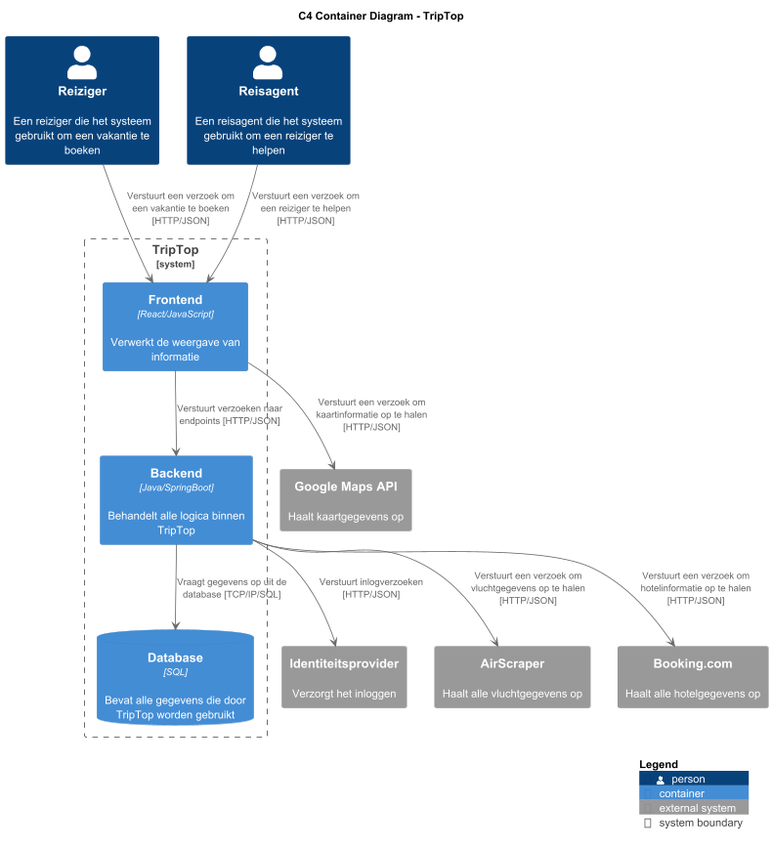
Before: C4_diagrammen/container-diagram-triptop.png, a diagram exported from PlantUML (AIM-ENE-feb25/triptop-groep-b4).
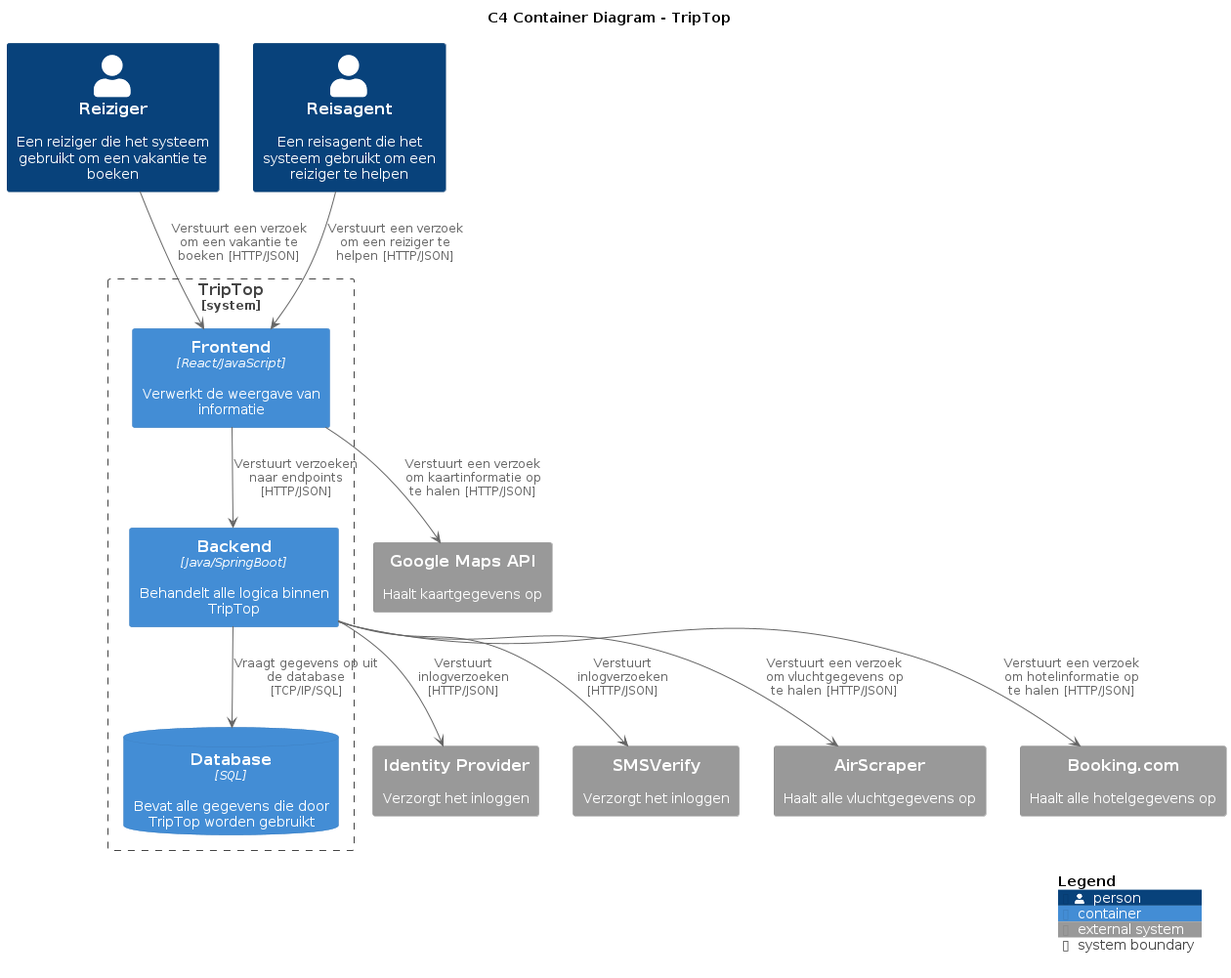
The same diagram one commit later.

What changed in the source:
```diff
@@ -13,7 +13,8 @@
     ContainerDb(Database, "Database", "SQL", "Bevat alle gegevens die door TripTop worden gebruikt")
 }
 
-System_Ext(Identiteitsprovider, "Identiteitsprovider", "Verzorgt het inloggen")
+System_Ext(IdentityProvider, "Identity Provider", "Verzorgt het inloggen")
+System_Ext(SMSVerify, "SMSVerify", "Verzorgt het inloggen")
 System_Ext(AirScraper, "AirScraper", "Haalt alle vluchtgegevens op")
 System_Ext(BookingCom, "Booking.com", "Haalt alle hotelgegevens op")
 System_Ext(GoogleMapsAPI, "Google Maps API", "Haalt kaartgegevens op")
@@ -23,7 +24,8 @@
 Reisagent --> Frontend: "Verstuurt een verzoek om een reiziger te helpen [HTTP/JSON]"
 Frontend --> Backend: "Verstuurt verzoeken naar endpoints [HTTP/JSON]"
 Frontend --> GoogleMapsAPI: "Verstuurt een verzoek om kaartinformatie op te halen [HTTP/JSON]"
-Backend --> Identiteitsprovider: "Verstuurt inlogverzoeken [HTTP/JSON]"
+Backend --> IdentityProvider: "Verstuurt inlogverzoeken [HTTP/JSON]"
+Backend --> SMSVerify: "Verstuurt inlogverzoeken [HTTP/JSON]"
 Backend --> AirScraper: "Verstuurt een verzoek om vluchtgegevens op te halen [HTTP/JSON]"
 Backend --> BookingCom: "Verstuurt een verzoek om hotelinformatie op te halen [HTTP/JSON]"
 
```
